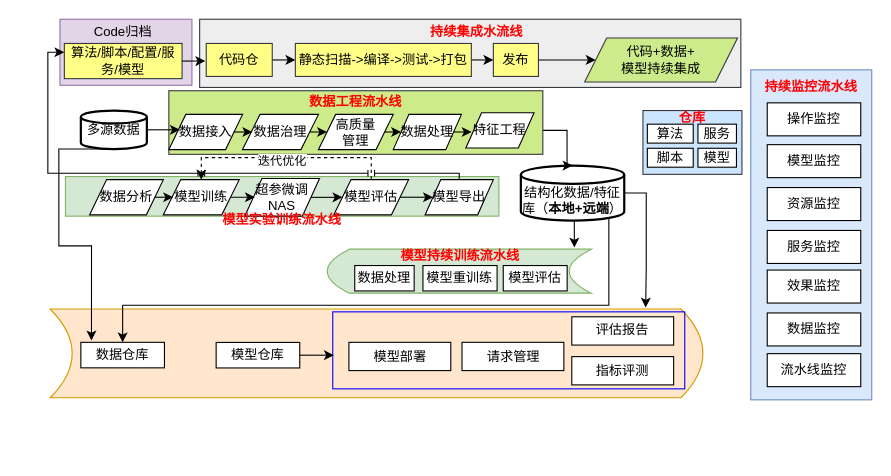
This is page "第 2 页" (2 of 3) of MLops流程架构.drawio from paleblackless/diagrams, a draw.io file, before an edit. Source tidied: cells renumbered, new cells numbered last; positions are measured from the earlier drawing's top-left corner, leaving out a move shared by most shapes. Both pictures are drawn from the tidied source at 110%, with x=0, y=0 at pixel (47, 19).
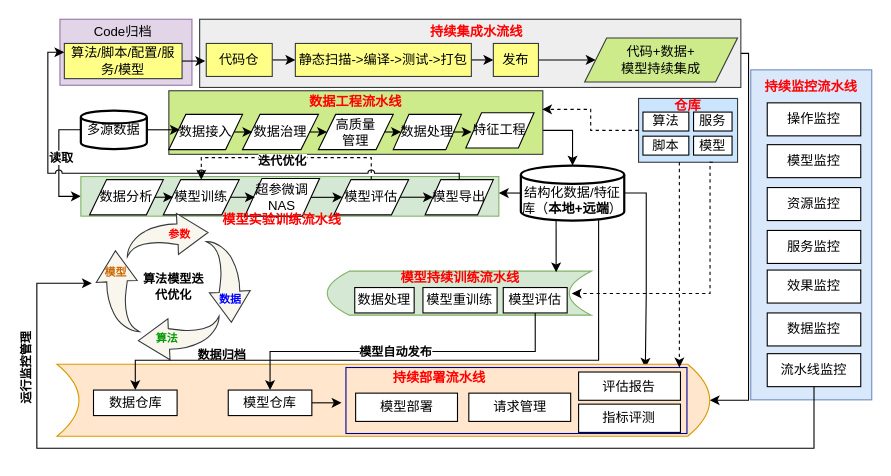
Above is the later version.

Commit message (it also covers changes not shown here):
更新MLops流程架构.drawio

Unchanged cells that the change refers to:
```xml
<mxCell id="10" value="流水线监控" style="rounded=0;whiteSpace=wrap;html=1;" parent="1" vertex="1">
  <mxGeometry x="654" y="304" width="85" height="30" as="geometry" />
</mxCell>
<mxCell id="23" value="算法/脚本/配置/服务/模型" style="rounded=0;whiteSpace=wrap;html=1;fillColor=#ffff88;strokeColor=#36393d;" parent="1" vertex="1">
  <mxGeometry x="15" y="22" width="107" height="32" as="geometry" />
</mxCell>
<mxCell id="35" style="shape=dataStorage;whiteSpace=wrap;html=1;fixedSize=1;rotation=0;fillColor=#d5e8d4;strokeColor=#82b366;" parent="34" vertex="1">
  <mxGeometry x="50" width="240" height="40" as="geometry" />
</mxCell>
<mxCell id="38" value="模型评估" style="rounded=0;whiteSpace=wrap;html=1;" parent="34" vertex="1">
  <mxGeometry x="210" y="14.9" width="58.1" height="23.1" as="geometry" />
</mxCell>
<mxCell id="41" value="&lt;br&gt;结构化数据/特征库（&lt;b&gt;本地+远端&lt;/b&gt;）" style="strokeWidth=2;html=1;shape=mxgraph.flowchart.database;whiteSpace=wrap;" parent="1" vertex="1">
  <mxGeometry x="430" y="133" width="94" height="50" as="geometry" />
</mxCell>
<mxCell id="44" value="多源数据" style="strokeWidth=2;html=1;shape=mxgraph.flowchart.database;whiteSpace=wrap;" parent="1" vertex="1">
  <mxGeometry x="30" y="83" width="60" height="35" as="geometry" />
</mxCell>
<mxCell id="48" style="rounded=0;whiteSpace=wrap;html=1;fillColor=#cdeb8b;strokeColor=#36393d;" parent="47" vertex="1">
  <mxGeometry y="-20" width="340" height="57.8" as="geometry" />
</mxCell>
<mxCell id="54" value="特征工程" style="shape=parallelogram;html=1;strokeWidth=1;perimeter=parallelogramPerimeter;whiteSpace=wrap;rounded=0;arcSize=12;size=0.23;" parent="47" vertex="1">
  <mxGeometry x="270" width="62" height="32" as="geometry" />
</mxCell>
<mxCell id="64" style="edgeStyle=orthogonalEdgeStyle;rounded=0;jettySize=auto;html=1;exitX=0.5;exitY=0;exitDx=0;exitDy=0;entryX=0.5;entryY=0;entryDx=0;entryDy=0;dashed=1;" parent="1" edge="1" source="66" target="62">
  <mxGeometry relative="1" as="geometry" />
</mxCell>
<mxCell id="68" value="模型导出" style="shape=parallelogram;html=1;strokeWidth=1;perimeter=parallelogramPerimeter;whiteSpace=wrap;rounded=0;arcSize=12;size=0.23;" parent="1" vertex="1">
  <mxGeometry x="343" y="145.8" width="62" height="32" as="geometry" />
</mxCell>
<mxCell id="76" style="rounded=0;whiteSpace=wrap;html=1;fillColor=#cce5ff;strokeColor=#36393d;" parent="75" vertex="1">
  <mxGeometry y="10" width="90" height="58" as="geometry" />
</mxCell>
```

Diff of the diagram source:
```diff
@@
-    <mxCell id="11" style="group;" parent="1" vertex="1">
-      <mxGeometry x="249" y="286" width="360" height="64" as="geometry" />
-    </mxCell>
-    <mxCell id="12" style="shape=dataStorage;whiteSpace=wrap;html=1;fixedSize=1;rotation=-180;fillColor=#ffe6cc;strokeColor=#d79b00;" parent="11" vertex="1">
-      <mxGeometry x="-246.9" y="-22.6" width="593.4" height="80.7" as="geometry" />
-    </mxCell>
-    <mxCell id="13" value="模型部署" style="rounded=0;whiteSpace=wrap;html=1;" parent="11" vertex="1">
-      <mxGeometry x="24.7" y="7.7" width="92.6" height="25.7" as="geometry" />
-    </mxCell>
-    <mxCell id="14" value="请求管理" style="rounded=0;whiteSpace=wrap;html=1;" parent="11" vertex="1">
-      <mxGeometry x="127.5" y="7.7" width="92.6" height="25.7" as="geometry" />
-    </mxCell>
-    <mxCell id="15" value="评估报告" style="rounded=0;whiteSpace=wrap;html=1;" parent="11" vertex="1">
-      <mxGeometry x="227.3" y="-15.5" width="92.6" height="25.7" as="geometry" />
-    </mxCell>
-    <mxCell id="16" value="指标评测" style="rounded=0;whiteSpace=wrap;html=1;" parent="11" vertex="1">
-      <mxGeometry x="227.3" y="20.7" width="92.6" height="25.7" as="geometry" />
-    </mxCell>
-    <mxCell id="17" style="rounded=0;whiteSpace=wrap;html=1;fillColor=none;strokeColor=#0000FF;" parent="11" vertex="1">
-      <mxGeometry x="10" y="-20" width="320" height="70" as="geometry" />
-    </mxCell>
-    <mxCell id="18" value="数据仓库" style="rounded=0;whiteSpace=wrap;html=1;" parent="11" vertex="1">
-      <mxGeometry x="-219" y="7.7" width="76" height="23.2" as="geometry" />
-    </mxCell>
-    <mxCell id="19" value="模型仓库" style="rounded=0;whiteSpace=wrap;html=1;" parent="1" vertex="1">
-      <mxGeometry x="153" y="293.8" width="76" height="23.2" as="geometry" />
-    </mxCell>
-    <mxCell id="20" style="edgeStyle=orthogonalEdgeStyle;rounded=0;jettySize=auto;html=1;exitX=1;exitY=0.5;exitDx=0;exitDy=0;entryX=0.003;entryY=0.561;entryDx=0;entryDy=0;entryPerimeter=0;" parent="1" edge="1" source="19" target="17">
-      <mxGeometry relative="1" as="geometry" />
-    </mxCell>
@@
+    <mxCell id="82" style="edgeStyle=orthogonalEdgeStyle;rounded=0;jettySize=auto;html=1;exitX=1;exitY=0.5;exitDx=0;exitDy=0;entryX=0;entryY=0.5;entryDx=0;entryDy=0;" parent="1" edge="1" target="12">
+      <mxGeometry relative="1" as="geometry">
+        <mxPoint x="627" y="31" as="sourcePoint" />
+        <Array as="points">
+          <mxPoint x="637" y="31" />
+          <mxPoint x="637" y="346" />
+        </Array>
+      </mxGeometry>
+    </mxCell>
@@
     <mxCell id="34" style="group;" parent="1" vertex="1">
-      <mxGeometry x="204" y="209" width="290" height="40" as="geometry" />
+      <mxGeometry x="204" y="229" width="290" height="40" as="geometry" />
     </mxCell>
@@
-    <mxCell id="40" style="edgeStyle=orthogonalEdgeStyle;rounded=0;jettySize=auto;html=1;exitX=0.5;exitY=1;exitDx=0;exitDy=0;exitPerimeter=0;entryX=0.5;entryY=0;entryDx=0;entryDy=0;" parent="1" edge="1" source="41" target="18">
-      <mxGeometry relative="1" as="geometry">
-        <Array as="points">
-          <mxPoint x="472" y="160" />
-          <mxPoint x="510" y="160" />
-          <mxPoint x="510" y="260" />
-          <mxPoint x="68" y="260" />
-        </Array>
-      </mxGeometry>
-    </mxCell>
@@
-    <mxCell id="42" style="edgeStyle=orthogonalEdgeStyle;rounded=0;jettySize=auto;html=1;exitX=1;exitY=0.5;exitDx=0;exitDy=0;exitPerimeter=0;entryX=0.889;entryY=-0.055;entryDx=0;entryDy=0;entryPerimeter=0;" parent="1" edge="1" source="41" target="17">
+    <mxCell id="42" style="edgeStyle=orthogonalEdgeStyle;rounded=0;jettySize=auto;html=1;exitX=1;exitY=0.5;exitDx=0;exitDy=0;exitPerimeter=0;entryX=0.878;entryY=0.005;entryDx=0;entryDy=0;entryPerimeter=0;" parent="1" edge="1" source="41" target="86">
       <mxGeometry relative="1" as="geometry" />
     </mxCell>
-    <mxCell id="43" style="edgeStyle=orthogonalEdgeStyle;rounded=0;jettySize=auto;html=1;exitX=0.5;exitY=1;exitDx=0;exitDy=0;exitPerimeter=0;entryX=0.936;entryY=-0.035;entryDx=0;entryDy=0;entryPerimeter=0;" parent="1" edge="1" source="41" target="35">
+    <mxCell id="43" style="edgeStyle=orthogonalEdgeStyle;rounded=0;jettySize=auto;html=1;exitX=0.341;exitY=0.988;exitDx=0;exitDy=0;exitPerimeter=0;entryX=0.867;entryY=0.026;entryDx=0;entryDy=0;entryPerimeter=0;" parent="1" edge="1" source="41" target="35">
       <mxGeometry relative="1" as="geometry" />
     </mxCell>
+    <mxCell id="83" style="edgeStyle=orthogonalEdgeStyle;rounded=0;jettySize=auto;html=1;exitX=0;exitY=0.5;exitDx=0;exitDy=0;exitPerimeter=0;entryX=0;entryY=0.5;entryDx=0;entryDy=0;fontStyle=0;" parent="1" edge="1" source="44" target="60">
+      <mxGeometry relative="1" as="geometry" />
+    </mxCell>
+    <mxCell id="84" value="&lt;b&gt;读取&lt;/b&gt;" style="edgeLabel;html=1;align=center;verticalAlign=middle;" parent="83" vertex="1">
+      <mxGeometry x="-0.1" y="1" relative="1" as="geometry" />
+    </mxCell>
@@
     <mxCell id="45" style="edgeStyle=orthogonalEdgeStyle;rounded=0;jettySize=auto;html=1;exitX=1;exitY=0.5;exitDx=0;exitDy=0;entryX=0.5;entryY=0;entryDx=0;entryDy=0;entryPerimeter=0;" parent="1" edge="1" source="54" target="41">
       <mxGeometry relative="1" as="geometry">
         <Array as="points">
-          <mxPoint x="472" y="101" />
+          <mxPoint x="477" y="101" />
         </Array>
       </mxGeometry>
     </mxCell>
@@
     <mxCell id="60" style="rounded=0;whiteSpace=wrap;html=1;fillColor=#d5e8d4;strokeColor=#82b366;" parent="1" vertex="1">
-      <mxGeometry x="16" y="143" width="394" height="36" as="geometry" />
+      <mxGeometry x="30" y="143" width="380" height="36" as="geometry" />
     </mxCell>
@@
-    <mxCell id="65" value="迭代优化" style="edgeLabel;html=1;align=center;verticalAlign=middle;" parent="64" vertex="1">
+    <mxCell id="65" value="&lt;b&gt;迭代优化&lt;/b&gt;" style="edgeLabel;html=1;align=center;verticalAlign=middle;" parent="64" vertex="1">
       <mxGeometry x="0.09" relative="1" as="geometry">
         <mxPoint x="4" y="3" as="offset" />
       </mxGeometry>
     </mxCell>
@@
-    <mxCell id="67" style="edgeStyle=orthogonalEdgeStyle;rounded=0;jettySize=auto;html=1;exitX=0.5;exitY=0;exitDx=0;exitDy=0;entryX=0;entryY=0.25;entryDx=0;entryDy=0;jumpStyle=line;" parent="1" edge="1" source="68" target="23">
+    <mxCell id="67" style="edgeStyle=orthogonalEdgeStyle;rounded=0;jettySize=auto;html=1;exitX=0.5;exitY=0;exitDx=0;exitDy=0;entryX=0;entryY=0.25;entryDx=0;entryDy=0;jumpStyle=arc;" parent="1" edge="1" source="68" target="23">
       <mxGeometry relative="1" as="geometry">
         <Array as="points">
           <mxPoint x="374" y="140" />
           <mxPoint y="140" />
           <mxPoint y="30" />
         </Array>
       </mxGeometry>
     </mxCell>
@@
-    <mxCell id="73" style="edgeStyle=orthogonalEdgeStyle;rounded=0;jettySize=auto;html=1;exitX=0.5;exitY=1;exitDx=0;exitDy=0;exitPerimeter=0;entryX=0.127;entryY=-0.07;entryDx=0;entryDy=0;entryPerimeter=0;" parent="1" edge="1" source="44" target="18">
-      <mxGeometry relative="1" as="geometry">
-        <Array as="points">
-          <mxPoint x="10" y="118" />
-          <mxPoint x="10" y="206" />
-          <mxPoint x="40" y="206" />
-          <mxPoint x="40" y="292" />
-        </Array>
-      </mxGeometry>
-    </mxCell>
@@
     <mxCell id="75" style="group;" parent="1" vertex="1">
-      <mxGeometry x="541" y="73" width="90" height="68" as="geometry" />
+      <mxGeometry x="537" y="62" width="90" height="68" as="geometry" />
     </mxCell>
@@
+    <mxCell id="85" style="group;" parent="1" vertex="1">
+      <mxGeometry x="8.3" y="313.6" width="593.4" height="65.5" as="geometry" />
+    </mxCell>
+    <mxCell id="12" style="shape=dataStorage;whiteSpace=wrap;html=1;fixedSize=1;rotation=-180;fillColor=#ffe6cc;strokeColor=#d79b00;" parent="85" vertex="1">
+      <mxGeometry width="593.4" height="65.5" as="geometry" />
+    </mxCell>
+    <mxCell id="19" value="模型仓库" style="rounded=0;whiteSpace=wrap;html=1;" parent="85" vertex="1">
+      <mxGeometry x="155.7" y="23.5" width="76" height="23.2" as="geometry" />
+    </mxCell>
+    <mxCell id="13" value="模型部署" style="rounded=0;whiteSpace=wrap;html=1;" parent="85" vertex="1">
+      <mxGeometry x="271.5" y="26.3" width="92.6" height="25.7" as="geometry" />
+    </mxCell>
+    <mxCell id="14" value="请求管理" style="rounded=0;whiteSpace=wrap;html=1;" parent="85" vertex="1">
+      <mxGeometry x="374.4" y="26.3" width="92.6" height="25.7" as="geometry" />
+    </mxCell>
+    <mxCell id="15" value="评估报告" style="rounded=0;whiteSpace=wrap;html=1;" parent="85" vertex="1">
+      <mxGeometry x="474.2" y="7.1" width="92.6" height="25.7" as="geometry" />
+    </mxCell>
+    <mxCell id="16" value="指标评测" style="rounded=0;whiteSpace=wrap;html=1;" parent="85" vertex="1">
+      <mxGeometry x="474.2" y="36.3" width="92.6" height="25.7" as="geometry" />
+    </mxCell>
+    <mxCell id="86" style="rounded=0;whiteSpace=wrap;html=1;fillColor=none;strokeColor=#000099;" parent="85" vertex="1">
+      <mxGeometry x="262.7" y="3" width="310" height="60" as="geometry" />
+    </mxCell>
+    <mxCell id="18" value="数据仓库" style="rounded=0;whiteSpace=wrap;html=1;" parent="85" vertex="1">
+      <mxGeometry x="33.2" y="23.5" width="76" height="23.2" as="geometry" />
+    </mxCell>
+    <mxCell id="87" style="edgeStyle=orthogonalEdgeStyle;rounded=0;jettySize=auto;html=1;exitX=1;exitY=0.5;exitDx=0;exitDy=0;entryX=-0.013;entryY=0.544;entryDx=0;entryDy=0;entryPerimeter=0;" parent="85" edge="1" source="19" target="86">
+      <mxGeometry relative="1" as="geometry" />
+    </mxCell>
+    <mxCell id="88" style="edgeStyle=orthogonalEdgeStyle;rounded=0;orthogonalLoop=1;jettySize=auto;html=1;exitX=0.5;exitY=1;exitDx=0;exitDy=0;dashed=1;entryX=1;entryY=0;entryDx=0;entryDy=0;" parent="85" edge="1">
+      <mxGeometry relative="1" as="geometry">
+        <mxPoint x="566.8" y="-183.6" as="sourcePoint" />
+        <mxPoint x="565.8" y="2.9" as="targetPoint" />
+        <Array as="points">
+          <mxPoint x="566.8" y="3.4" />
+        </Array>
+      </mxGeometry>
+    </mxCell>
+    <mxCell id="89" value="&lt;b style=&quot;border-color: var(--border-color); color: rgb(255, 0, 0);&quot;&gt;持续部署流水线&lt;/b&gt;" style="text;html=1;strokeColor=none;fillColor=none;align=center;verticalAlign=middle;whiteSpace=wrap;rounded=0;" parent="85" vertex="1">
+      <mxGeometry x="291.7" y="7.1" width="112" height="11" as="geometry" />
+    </mxCell>
+    <mxCell id="90" style="edgeStyle=orthogonalEdgeStyle;rounded=0;jettySize=auto;html=1;exitX=0.75;exitY=1;exitDx=0;exitDy=0;entryX=1.072;entryY=0.233;entryDx=0;entryDy=0;dashed=1;entryPerimeter=0;" parent="1" edge="1" source="76" target="38">
+      <mxGeometry relative="1" as="geometry">
+        <Array as="points">
+          <mxPoint x="602" y="130" />
+          <mxPoint x="602" y="249" />
+        </Array>
+      </mxGeometry>
+    </mxCell>
+    <mxCell id="91" style="edgeStyle=orthogonalEdgeStyle;rounded=0;jettySize=auto;html=1;exitX=0;exitY=0.5;exitDx=0;exitDy=0;exitPerimeter=0;entryX=1;entryY=0.413;entryDx=0;entryDy=0;entryPerimeter=0;" parent="1" edge="1" source="41" target="60">
+      <mxGeometry relative="1" as="geometry" />
+    </mxCell>
+    <mxCell id="92" style="edgeStyle=orthogonalEdgeStyle;rounded=0;jettySize=auto;html=1;exitX=0;exitY=0.5;exitDx=0;exitDy=0;entryX=0.998;entryY=0.293;entryDx=0;entryDy=0;entryPerimeter=0;dashed=1;" parent="1" edge="1" source="76" target="48">
+      <mxGeometry relative="1" as="geometry" />
+    </mxCell>
+    <mxCell id="93" style="group;" parent="1" vertex="1">
+      <mxGeometry x="44" y="176.5" width="140" height="133" as="geometry" />
+    </mxCell>
+    <mxCell id="94" style="sketch=0;html=1;strokeColor=#36393d;shadow=0;fillColor=#f9f7ed;verticalAlign=top;labelPosition=center;verticalLabelPosition=bottom;shape=mxgraph.gcp2.arrows_system;" parent="93" vertex="1">
+      <mxGeometry width="140" height="133" as="geometry" />
+    </mxCell>
+    <mxCell id="95" value="&lt;b&gt;&lt;font color=&quot;#ff0000&quot; style=&quot;font-size: 10px;&quot;&gt;参数&lt;/font&gt;&lt;/b&gt;" style="text;html=1;strokeColor=none;fillColor=none;align=center;verticalAlign=middle;whiteSpace=wrap;rounded=0;" parent="93" vertex="1">
+      <mxGeometry x="63" y="12" width="25.6" height="13.3" as="geometry" />
+    </mxCell>
+    <mxCell id="96" value="&lt;b&gt;&lt;font color=&quot;#0000ff&quot; style=&quot;font-size: 10px;&quot;&gt;数据&lt;/font&gt;&lt;/b&gt;" style="text;html=1;strokeColor=none;fillColor=none;align=center;verticalAlign=middle;whiteSpace=wrap;rounded=0;" parent="93" vertex="1">
+      <mxGeometry x="107.6" y="71" width="27.5" height="13.3" as="geometry" />
+    </mxCell>
+    <mxCell id="97" value="&lt;b&gt;&lt;font color=&quot;#009900&quot; style=&quot;font-size: 10px;&quot;&gt;算法&lt;/font&gt;&lt;/b&gt;" style="text;html=1;strokeColor=none;fillColor=none;align=center;verticalAlign=middle;whiteSpace=wrap;rounded=0;" parent="93" vertex="1">
+      <mxGeometry x="49" y="106.5" width="31.1" height="13.3" as="geometry" />
+    </mxCell>
+    <mxCell id="98" value="&lt;b&gt;&lt;font color=&quot;#cc6600&quot; style=&quot;font-size: 10px;&quot;&gt;模型&lt;/font&gt;&lt;/b&gt;" style="text;html=1;strokeColor=none;fillColor=none;align=center;verticalAlign=middle;whiteSpace=wrap;rounded=0;" parent="93" vertex="1">
+      <mxGeometry x="5" y="47.2" width="25.8" height="13.3" as="geometry" />
+    </mxCell>
+    <mxCell id="99" value="&lt;b&gt;&lt;font style=&quot;font-size: 11px;&quot;&gt;算法模型迭代优化&lt;/font&gt;&lt;/b&gt;" style="text;html=1;strokeColor=none;fillColor=none;align=center;verticalAlign=middle;whiteSpace=wrap;rounded=0;" parent="93" vertex="1">
+      <mxGeometry x="41.6" y="56.5" width="56.8" height="20" as="geometry" />
+    </mxCell>
+    <mxCell id="100" style="edgeStyle=orthogonalEdgeStyle;rounded=0;jettySize=auto;html=1;" parent="1" edge="1" source="10">
+      <mxGeometry relative="1" as="geometry">
+        <mxPoint x="40" y="240" as="targetPoint" />
+        <Array as="points">
+          <mxPoint x="697" y="390" />
+          <mxPoint x="-10" y="390" />
+          <mxPoint x="-10" y="240" />
+        </Array>
+      </mxGeometry>
+    </mxCell>
+    <mxCell id="101" value="&lt;b&gt;运行监控管理&lt;/b&gt;" style="edgeLabel;html=1;align=center;verticalAlign=middle;rotation=-90;" parent="100" vertex="1">
+      <mxGeometry x="0.82" relative="1" as="geometry">
+        <mxPoint x="-10" y="42" as="offset" />
+      </mxGeometry>
+    </mxCell>
+    <mxCell id="102" style="edgeStyle=orthogonalEdgeStyle;rounded=0;jettySize=auto;html=1;exitX=0.5;exitY=1;exitDx=0;exitDy=0;entryX=0.5;entryY=0;entryDx=0;entryDy=0;" parent="1" edge="1" source="38" target="19">
+      <mxGeometry relative="1" as="geometry" />
+    </mxCell>
+    <mxCell id="103" value="&lt;b&gt;数据归档&lt;/b&gt;" style="edgeLabel;html=1;align=center;verticalAlign=middle;" parent="102" vertex="1">
+      <mxGeometry x="0.1" y="-2" relative="1" as="geometry">
+        <mxPoint x="-150" y="4" as="offset" />
+      </mxGeometry>
+    </mxCell>
+    <mxCell id="40" style="edgeStyle=orthogonalEdgeStyle;rounded=0;jettySize=auto;html=1;exitX=0.752;exitY=0.981;exitDx=0;exitDy=0;exitPerimeter=0;entryX=0.5;entryY=0;entryDx=0;entryDy=0;" parent="1" edge="1" source="41" target="18">
+      <mxGeometry relative="1" as="geometry">
+        <Array as="points">
+          <mxPoint x="501" y="310" />
+          <mxPoint x="79" y="310" />
+        </Array>
+      </mxGeometry>
+    </mxCell>
+    <mxCell id="104" value="&lt;b&gt;模型自动发布&lt;/b&gt;" style="edgeLabel;html=1;align=center;verticalAlign=middle;" parent="1" vertex="1">
+      <mxGeometry x="315.1" y="302.1" as="geometry" />
+    </mxCell>
```
